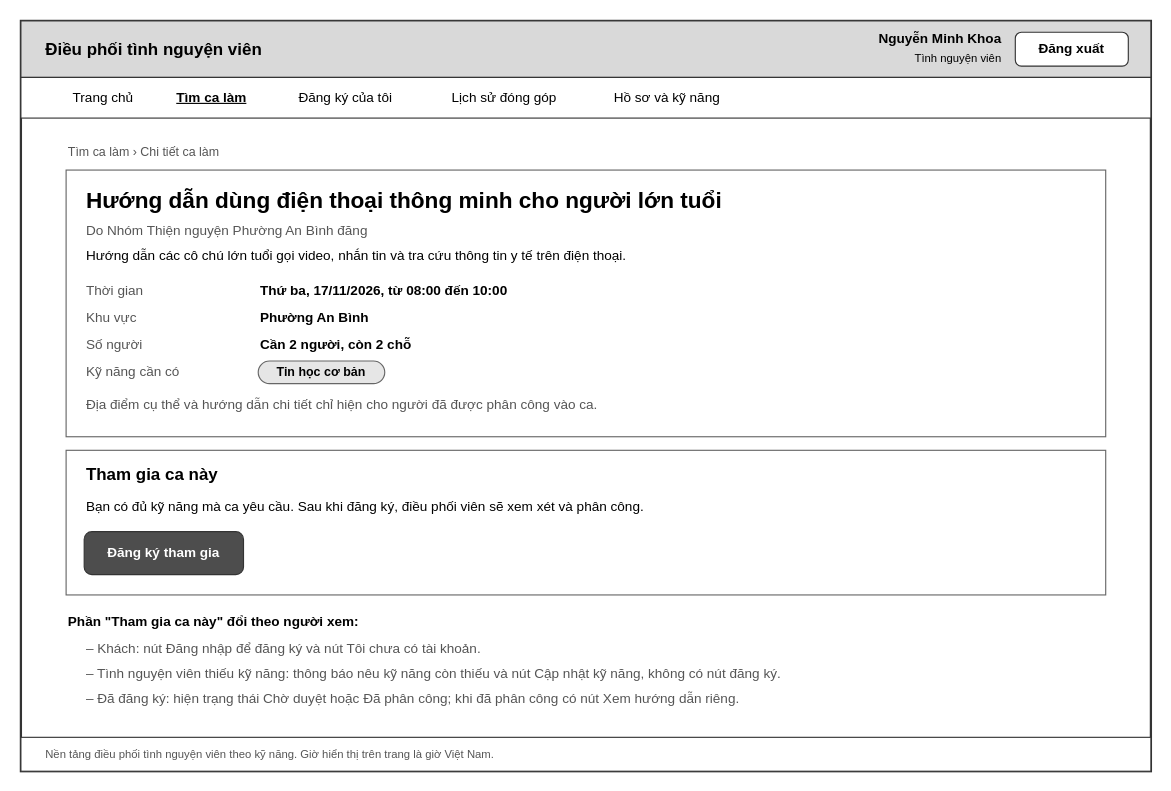
This is docs/giao_dien/drawio/M03_Chi_tiet_ca_lam.drawio from kanishere55/OOSD_NenTangDieuPhoi_TNV, a draw.io file, before an edit. Source tidied: cells renumbered, new cells numbered last; positions are measured from the earlier drawing's top-left corner, leaving out a move shared by most shapes. Both pictures are drawn from the tidied source at 113%, with x=0, y=0 at pixel (20, 20).
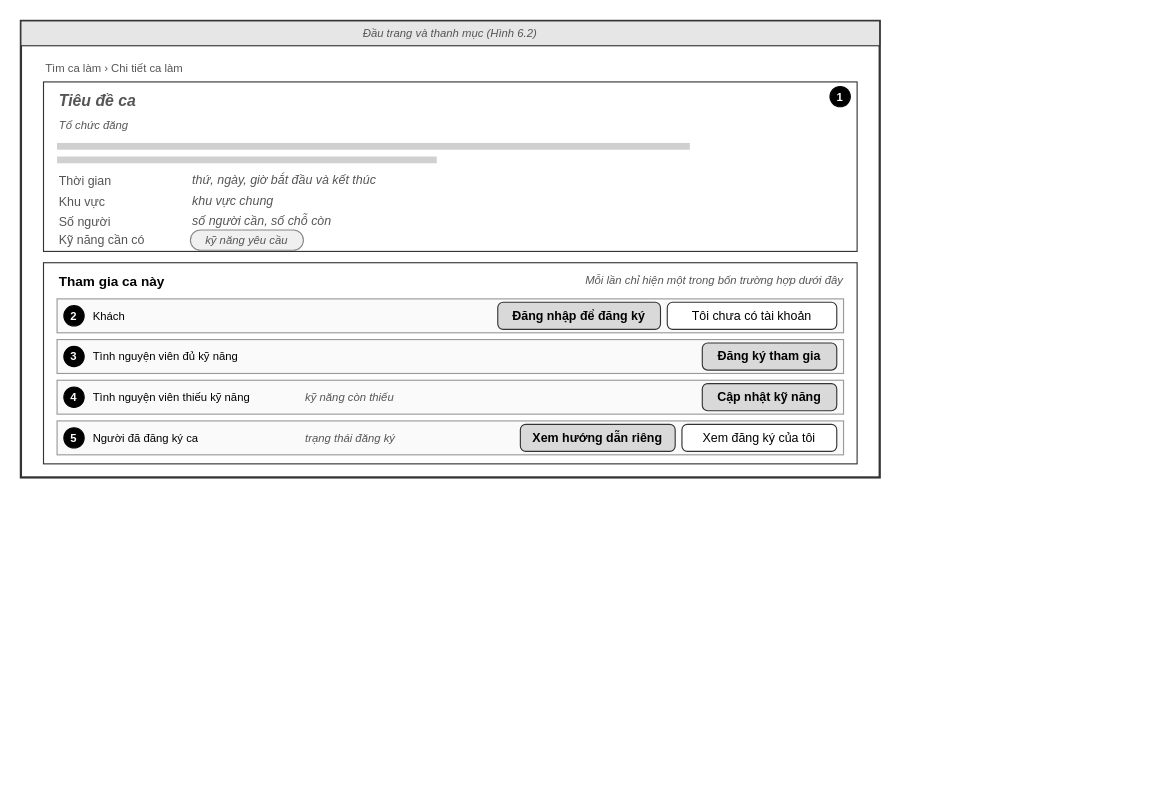
The same diagram, later.

Change to the diagram source:
```diff
@@
     <mxCell id="2" style="rounded=0;whiteSpace=wrap;html=1;fillColor=#ffffff;strokeColor=#333333;strokeWidth=2;" parent="1" vertex="1">
-      <mxGeometry width="1000" height="664" as="geometry" />
+      <mxGeometry width="760" height="404" as="geometry" />
     </mxCell>
-    <mxCell id="3" style="rounded=0;whiteSpace=wrap;html=1;fillColor=#d9d9d9;strokeColor=#333333;" parent="1" vertex="1">
-      <mxGeometry width="1000" height="50" as="geometry" />
+    <mxCell id="3" value="Đầu trang và thanh mục (Hình 6.2)" style="rounded=0;whiteSpace=wrap;html=1;fillColor=#e6e6e6;strokeColor=#333333;fontSize=10;fontStyle=2;fontColor=#555555;" parent="1" vertex="1">
+      <mxGeometry width="760" height="22" as="geometry" />
     </mxCell>
-    <mxCell id="4" value="Điều phối tình nguyện viên" style="text;html=1;strokeColor=none;fillColor=none;align=left;verticalAlign=middle;whiteSpace=wrap;rounded=0;fontSize=15;fontStyle=1;fontColor=#000000;" parent="1" vertex="1">
-      <mxGeometry x="20" y="10" width="320" height="30" as="geometry" />
+    <mxCell id="4" value="Tìm ca làm  ›  Chi tiết ca làm" style="text;html=1;strokeColor=none;fillColor=none;align=left;verticalAlign=middle;whiteSpace=wrap;rounded=0;fontSize=10;fontStyle=0;fontColor=#555555;" parent="1" vertex="1">
+      <mxGeometry x="20" y="34" width="500" height="16" as="geometry" />
     </mxCell>
-    <mxCell id="5" value="Nguyễn Minh Khoa" style="text;html=1;strokeColor=none;fillColor=none;align=right;verticalAlign=middle;whiteSpace=wrap;rounded=0;fontSize=12;fontStyle=1;fontColor=#000000;" parent="1" vertex="1">
-      <mxGeometry x="670" y="6" width="200" height="20" as="geometry" />
+    <mxCell id="5" style="rounded=0;arcSize=8;whiteSpace=wrap;html=1;fillColor=#ffffff;strokeColor=#333333;" parent="1" vertex="1">
+      <mxGeometry x="20" y="54" width="720" height="150" as="geometry" />
     </mxCell>
-    <mxCell id="6" value="Tình nguyện viên" style="text;html=1;strokeColor=none;fillColor=none;align=right;verticalAlign=middle;whiteSpace=wrap;rounded=0;fontSize=10;fontStyle=0;fontColor=#000000;" parent="1" vertex="1">
-      <mxGeometry x="670" y="24" width="200" height="18" as="geometry" />
+    <mxCell id="6" value="1" style="ellipse;whiteSpace=wrap;html=1;fillColor=#000000;strokeColor=#000000;fontColor=#ffffff;fontSize=10;fontStyle=1;" parent="1" vertex="1">
+      <mxGeometry x="716" y="58" width="18" height="18" as="geometry" />
     </mxCell>
-    <mxCell id="7" value="Đăng xuất" style="rounded=1;whiteSpace=wrap;html=1;arcSize=18;fontSize=12;fillColor=#ffffff;strokeColor=#333333;fontColor=#000000;fontStyle=1;" parent="1" vertex="1">
-      <mxGeometry x="880" y="10" width="100" height="30" as="geometry" />
+    <mxCell id="7" value="Tiêu đề ca" style="text;html=1;strokeColor=none;fillColor=none;align=left;verticalAlign=middle;whiteSpace=wrap;rounded=0;fontSize=14;fontStyle=3;fontColor=#555555;" parent="1" vertex="1">
+      <mxGeometry x="32" y="60" width="400" height="22" as="geometry" />
     </mxCell>
-    <mxCell id="8" style="rounded=0;whiteSpace=wrap;html=1;fillColor=#ffffff;strokeColor=#333333;" parent="1" vertex="1">
-      <mxGeometry y="50" width="1000" height="36" as="geometry" />
+    <mxCell id="8" value="Tổ chức đăng" style="text;html=1;strokeColor=none;fillColor=none;align=left;verticalAlign=middle;whiteSpace=wrap;rounded=0;fontSize=10;fontStyle=2;fontColor=#555555;" parent="1" vertex="1">
+      <mxGeometry x="32" y="84" width="300" height="16" as="geometry" />
     </mxCell>
-    <mxCell id="9" value="Trang chủ" style="text;html=1;strokeColor=none;fillColor=none;align=center;verticalAlign=middle;whiteSpace=wrap;rounded=0;fontSize=12;fontStyle=0;fontColor=#000000;" parent="1" vertex="1">
-      <mxGeometry x="30" y="56" width="86" height="24" as="geometry" />
+    <mxCell id="9" style="rounded=0;whiteSpace=wrap;html=1;fillColor=#d0d0d0;strokeColor=none;" parent="1" vertex="1">
+      <mxGeometry x="32" y="108" width="560" height="6" as="geometry" />
     </mxCell>
-    <mxCell id="10" value="Tìm ca làm" style="text;html=1;strokeColor=none;fillColor=none;align=center;verticalAlign=middle;whiteSpace=wrap;rounded=0;fontSize=12;fontStyle=5;fontColor=#000000;" parent="1" vertex="1">
-      <mxGeometry x="122" y="56" width="94" height="24" as="geometry" />
+    <mxCell id="10" style="rounded=0;whiteSpace=wrap;html=1;fillColor=#d0d0d0;strokeColor=none;" parent="1" vertex="1">
+      <mxGeometry x="32" y="120" width="336" height="6" as="geometry" />
     </mxCell>
-    <mxCell id="11" value="Đăng ký của tôi" style="text;html=1;strokeColor=none;fillColor=none;align=center;verticalAlign=middle;whiteSpace=wrap;rounded=0;fontSize=12;fontStyle=0;fontColor=#000000;" parent="1" vertex="1">
-      <mxGeometry x="222" y="56" width="131" height="24" as="geometry" />
+    <mxCell id="11" value="Thời gian" style="text;html=1;strokeColor=none;fillColor=none;align=left;verticalAlign=middle;whiteSpace=wrap;rounded=0;fontSize=11;fontStyle=0;fontColor=#555555;" parent="1" vertex="1">
+      <mxGeometry x="32" y="132" width="110" height="19" as="geometry" />
     </mxCell>
-    <mxCell id="12" value="Lịch sử đóng góp" style="text;html=1;strokeColor=none;fillColor=none;align=center;verticalAlign=middle;whiteSpace=wrap;rounded=0;fontSize=12;fontStyle=0;fontColor=#000000;" parent="1" vertex="1">
-      <mxGeometry x="359" y="56" width="138" height="24" as="geometry" />
+    <mxCell id="12" value="thứ, ngày, giờ bắt đầu và kết thúc" style="text;html=1;strokeColor=none;fillColor=none;align=left;verticalAlign=middle;whiteSpace=wrap;rounded=0;fontSize=11;fontStyle=2;fontColor=#555555;" parent="1" vertex="1">
+      <mxGeometry x="150" y="132" width="300" height="18" as="geometry" />
     </mxCell>
-    <mxCell id="13" value="Hồ sơ và kỹ năng" style="text;html=1;strokeColor=none;fillColor=none;align=center;verticalAlign=middle;whiteSpace=wrap;rounded=0;fontSize=12;fontStyle=0;fontColor=#000000;" parent="1" vertex="1">
-      <mxGeometry x="503" y="56" width="138" height="24" as="geometry" />
+    <mxCell id="13" value="Khu vực" style="text;html=1;strokeColor=none;fillColor=none;align=left;verticalAlign=middle;whiteSpace=wrap;rounded=0;fontSize=11;fontStyle=0;fontColor=#555555;" parent="1" vertex="1">
+      <mxGeometry x="32" y="150" width="110" height="19" as="geometry" />
     </mxCell>
-    <mxCell id="14" value="Tìm ca làm  ›  Chi tiết ca làm" style="text;html=1;strokeColor=none;fillColor=none;align=left;verticalAlign=middle;whiteSpace=wrap;rounded=0;fontSize=11;fontStyle=0;fontColor=#555555;" parent="1" vertex="1">
-      <mxGeometry x="40" y="106" width="900" height="20" as="geometry" />
+    <mxCell id="14" value="khu vực chung" style="text;html=1;strokeColor=none;fillColor=none;align=left;verticalAlign=middle;whiteSpace=wrap;rounded=0;fontSize=11;fontStyle=2;fontColor=#555555;" parent="1" vertex="1">
+      <mxGeometry x="150" y="150" width="300" height="18" as="geometry" />
     </mxCell>
-    <mxCell id="15" style="rounded=0;whiteSpace=wrap;html=1;fillColor=#ffffff;strokeColor=#666666;" parent="1" vertex="1">
-      <mxGeometry x="40" y="132" width="920" height="236" as="geometry" />
+    <mxCell id="15" value="Số người" style="text;html=1;strokeColor=none;fillColor=none;align=left;verticalAlign=middle;whiteSpace=wrap;rounded=0;fontSize=11;fontStyle=0;fontColor=#555555;" parent="1" vertex="1">
+      <mxGeometry x="32" y="168" width="110" height="19" as="geometry" />
     </mxCell>
-    <mxCell id="16" value="Hướng dẫn dùng điện thoại thông minh cho người lớn tuổi" style="text;html=1;strokeColor=none;fillColor=none;align=left;verticalAlign=middle;whiteSpace=wrap;rounded=0;fontSize=20;fontStyle=1;fontColor=#000000;" parent="1" vertex="1">
-      <mxGeometry x="56" y="142" width="880" height="32" as="geometry" />
+    <mxCell id="16" value="số người cần, số chỗ còn" style="text;html=1;strokeColor=none;fillColor=none;align=left;verticalAlign=middle;whiteSpace=wrap;rounded=0;fontSize=11;fontStyle=2;fontColor=#555555;" parent="1" vertex="1">
+      <mxGeometry x="150" y="168" width="300" height="18" as="geometry" />
     </mxCell>
-    <mxCell id="17" value="Do Nhóm Thiện nguyện Phường An Bình đăng" style="text;html=1;strokeColor=none;fillColor=none;align=left;verticalAlign=middle;whiteSpace=wrap;rounded=0;fontSize=12;fontStyle=0;fontColor=#555555;" parent="1" vertex="1">
-      <mxGeometry x="56" y="176" width="880" height="20" as="geometry" />
+    <mxCell id="17" value="Kỹ năng cần có" style="text;html=1;strokeColor=none;fillColor=none;align=left;verticalAlign=middle;whiteSpace=wrap;rounded=0;fontSize=11;fontStyle=0;fontColor=#555555;" parent="1" vertex="1">
+      <mxGeometry x="32" y="186" width="110" height="16" as="geometry" />
     </mxCell>
-    <mxCell id="18" value="Hướng dẫn các cô chú lớn tuổi gọi video, nhắn tin và tra cứu thông tin y tế trên điện thoại." style="text;html=1;strokeColor=none;fillColor=none;align=left;verticalAlign=middle;whiteSpace=wrap;rounded=0;fontSize=12;fontStyle=0;fontColor=#000000;" parent="1" vertex="1">
-      <mxGeometry x="56" y="198" width="880" height="20" as="geometry" />
+    <mxCell id="18" value="kỹ năng yêu cầu" style="rounded=1;arcSize=50;whiteSpace=wrap;html=1;fontSize=10;fontStyle=2;fontColor=#555555;fillColor=#f0f0f0;strokeColor=#888888;" parent="1" vertex="1">
+      <mxGeometry x="150" y="185" width="100" height="18" as="geometry" />
     </mxCell>
-    <mxCell id="19" value="Thời gian" style="text;html=1;strokeColor=none;fillColor=none;align=left;verticalAlign=middle;whiteSpace=wrap;rounded=0;fontSize=12;fontStyle=0;fontColor=#555555;" parent="1" vertex="1">
-      <mxGeometry x="56" y="228" width="150" height="22" as="geometry" />
+    <mxCell id="19" style="rounded=0;arcSize=8;whiteSpace=wrap;html=1;fillColor=#ffffff;strokeColor=#333333;" parent="1" vertex="1">
+      <mxGeometry x="20" y="214" width="720" height="178" as="geometry" />
     </mxCell>
-    <mxCell id="20" value="Thứ ba, 17/11/2026, từ 08:00 đến 10:00" style="text;html=1;strokeColor=none;fillColor=none;align=left;verticalAlign=middle;whiteSpace=wrap;rounded=0;fontSize=12;fontStyle=1;fontColor=#000000;" parent="1" vertex="1">
-      <mxGeometry x="210" y="228" width="600" height="22" as="geometry" />
+    <mxCell id="20" value="Tham gia ca này" style="text;html=1;strokeColor=none;fillColor=none;align=left;verticalAlign=middle;whiteSpace=wrap;rounded=0;fontSize=12;fontStyle=1;fontColor=#000000;" parent="1" vertex="1">
+      <mxGeometry x="32" y="220" width="300" height="21" as="geometry" />
     </mxCell>
-    <mxCell id="21" value="Khu vực" style="text;html=1;strokeColor=none;fillColor=none;align=left;verticalAlign=middle;whiteSpace=wrap;rounded=0;fontSize=12;fontStyle=0;fontColor=#555555;" parent="1" vertex="1">
-      <mxGeometry x="56" y="252" width="150" height="22" as="geometry" />
+    <mxCell id="21" value="Mỗi lần chỉ hiện một trong bốn trường hợp dưới đây" style="text;html=1;strokeColor=none;fillColor=none;align=right;verticalAlign=middle;whiteSpace=wrap;rounded=0;fontSize=10;fontStyle=2;fontColor=#555555;" parent="1" vertex="1">
+      <mxGeometry x="340" y="220" width="390" height="18" as="geometry" />
     </mxCell>
-    <mxCell id="22" value="Phường An Bình" style="text;html=1;strokeColor=none;fillColor=none;align=left;verticalAlign=middle;whiteSpace=wrap;rounded=0;fontSize=12;fontStyle=1;fontColor=#000000;" parent="1" vertex="1">
-      <mxGeometry x="210" y="252" width="600" height="22" as="geometry" />
+    <mxCell id="22" style="rounded=0;arcSize=8;whiteSpace=wrap;html=1;fillColor=#fafafa;strokeColor=#999999;" parent="1" vertex="1">
+      <mxGeometry x="32" y="246" width="696" height="30" as="geometry" />
     </mxCell>
-    <mxCell id="23" value="Số người" style="text;html=1;strokeColor=none;fillColor=none;align=left;verticalAlign=middle;whiteSpace=wrap;rounded=0;fontSize=12;fontStyle=0;fontColor=#555555;" parent="1" vertex="1">
-      <mxGeometry x="56" y="276" width="150" height="22" as="geometry" />
+    <mxCell id="23" value="2" style="ellipse;whiteSpace=wrap;html=1;fillColor=#000000;strokeColor=#000000;fontColor=#ffffff;fontSize=10;fontStyle=1;" parent="1" vertex="1">
+      <mxGeometry x="38" y="252" width="18" height="18" as="geometry" />
     </mxCell>
-    <mxCell id="24" value="Cần 2 người, còn 2 chỗ" style="text;html=1;strokeColor=none;fillColor=none;align=left;verticalAlign=middle;whiteSpace=wrap;rounded=0;fontSize=12;fontStyle=1;fontColor=#000000;" parent="1" vertex="1">
-      <mxGeometry x="210" y="276" width="600" height="22" as="geometry" />
+    <mxCell id="24" value="Khách" style="text;html=1;strokeColor=none;fillColor=none;align=left;verticalAlign=middle;whiteSpace=wrap;rounded=0;fontSize=10;fontStyle=0;fontColor=#000000;" parent="1" vertex="1">
+      <mxGeometry x="62" y="252" width="190" height="18" as="geometry" />
     </mxCell>
-    <mxCell id="25" value="Kỹ năng cần có" style="text;html=1;strokeColor=none;fillColor=none;align=left;verticalAlign=middle;whiteSpace=wrap;rounded=0;fontSize=12;fontStyle=0;fontColor=#555555;" parent="1" vertex="1">
-      <mxGeometry x="56" y="300" width="150" height="22" as="geometry" />
+    <mxCell id="25" value="Tôi chưa có tài khoản" style="rounded=1;arcSize=20;whiteSpace=wrap;html=1;fontSize=11;strokeColor=#333333;fillColor=#ffffff;" parent="1" vertex="1">
+      <mxGeometry x="572" y="249" width="150" height="24" as="geometry" />
     </mxCell>
-    <mxCell id="26" value="Tin học cơ bản" style="rounded=1;whiteSpace=wrap;html=1;arcSize=50;fontSize=11;fontStyle=1;fillColor=#e6e6e6;strokeColor=#666666;" parent="1" vertex="1">
-      <mxGeometry x="210" y="301" width="112" height="20" as="geometry" />
+    <mxCell id="26" value="Đăng nhập để đăng ký" style="rounded=1;arcSize=20;whiteSpace=wrap;html=1;fontSize=11;strokeColor=#333333;fillColor=#d9d9d9;fontStyle=1;" parent="1" vertex="1">
+      <mxGeometry x="422" y="249" width="144" height="24" as="geometry" />
     </mxCell>
-    <mxCell id="27" value="Địa điểm cụ thể và hướng dẫn chi tiết chỉ hiện cho người đã được phân công vào ca." style="text;html=1;strokeColor=none;fillColor=none;align=left;verticalAlign=middle;whiteSpace=wrap;rounded=0;fontSize=12;fontStyle=0;fontColor=#555555;" parent="1" vertex="1">
-      <mxGeometry x="56" y="330" width="880" height="20" as="geometry" />
+    <mxCell id="27" style="rounded=0;arcSize=8;whiteSpace=wrap;html=1;fillColor=#fafafa;strokeColor=#999999;" parent="1" vertex="1">
+      <mxGeometry x="32" y="282" width="696" height="30" as="geometry" />
     </mxCell>
-    <mxCell id="28" style="rounded=0;whiteSpace=wrap;html=1;fillColor=#ffffff;strokeColor=#666666;" parent="1" vertex="1">
-      <mxGeometry x="40" y="380" width="920" height="128" as="geometry" />
+    <mxCell id="28" value="3" style="ellipse;whiteSpace=wrap;html=1;fillColor=#000000;strokeColor=#000000;fontColor=#ffffff;fontSize=10;fontStyle=1;" parent="1" vertex="1">
+      <mxGeometry x="38" y="288" width="18" height="18" as="geometry" />
     </mxCell>
-    <mxCell id="29" value="Tham gia ca này" style="text;html=1;strokeColor=none;fillColor=none;align=left;verticalAlign=middle;whiteSpace=wrap;rounded=0;fontSize=15;fontStyle=1;fontColor=#000000;" parent="1" vertex="1">
-      <mxGeometry x="56" y="388" width="600" height="26" as="geometry" />
+    <mxCell id="29" value="Tình nguyện viên đủ kỹ năng" style="text;html=1;strokeColor=none;fillColor=none;align=left;verticalAlign=middle;whiteSpace=wrap;rounded=0;fontSize=10;fontStyle=0;fontColor=#000000;" parent="1" vertex="1">
+      <mxGeometry x="62" y="288" width="190" height="18" as="geometry" />
     </mxCell>
-    <mxCell id="30" value="Bạn có đủ kỹ năng mà ca yêu cầu. Sau khi đăng ký, điều phối viên sẽ xem xét và phân công." style="text;html=1;strokeColor=none;fillColor=none;align=left;verticalAlign=middle;whiteSpace=wrap;rounded=0;fontSize=12;fontStyle=0;fontColor=#000000;" parent="1" vertex="1">
-      <mxGeometry x="56" y="420" width="860" height="20" as="geometry" />
+    <mxCell id="30" value="Đăng ký tham gia" style="rounded=1;arcSize=20;whiteSpace=wrap;html=1;fontSize=11;strokeColor=#333333;fillColor=#d9d9d9;fontStyle=1;" parent="1" vertex="1">
+      <mxGeometry x="603" y="285" width="119" height="24" as="geometry" />
     </mxCell>
-    <mxCell id="31" value="Đăng ký tham gia" style="rounded=1;whiteSpace=wrap;html=1;arcSize=18;fontSize=12;fillColor=#4d4d4d;strokeColor=#333333;fontColor=#ffffff;fontStyle=1;" parent="1" vertex="1">
-      <mxGeometry x="56" y="452" width="141" height="38" as="geometry" />
+    <mxCell id="31" style="rounded=0;arcSize=8;whiteSpace=wrap;html=1;fillColor=#fafafa;strokeColor=#999999;" parent="1" vertex="1">
+      <mxGeometry x="32" y="318" width="696" height="30" as="geometry" />
     </mxCell>
-    <mxCell id="32" value="Phần &quot;Tham gia ca này&quot; đổi theo người xem:" style="text;html=1;strokeColor=none;fillColor=none;align=left;verticalAlign=middle;whiteSpace=wrap;rounded=0;fontSize=12;fontStyle=1;fontColor=#000000;" parent="1" vertex="1">
-      <mxGeometry x="40" y="522" width="920" height="20" as="geometry" />
+    <mxCell id="32" value="4" style="ellipse;whiteSpace=wrap;html=1;fillColor=#000000;strokeColor=#000000;fontColor=#ffffff;fontSize=10;fontStyle=1;" parent="1" vertex="1">
+      <mxGeometry x="38" y="324" width="18" height="18" as="geometry" />
     </mxCell>
-    <mxCell id="33" value="–  Khách: nút Đăng nhập để đăng ký và nút Tôi chưa có tài khoản." style="text;html=1;strokeColor=none;fillColor=none;align=left;verticalAlign=middle;whiteSpace=wrap;rounded=0;fontSize=12;fontStyle=0;fontColor=#555555;" parent="1" vertex="1">
-      <mxGeometry x="56" y="546" width="900" height="20" as="geometry" />
+    <mxCell id="33" value="Tình nguyện viên thiếu kỹ năng" style="text;html=1;strokeColor=none;fillColor=none;align=left;verticalAlign=middle;whiteSpace=wrap;rounded=0;fontSize=10;fontStyle=0;fontColor=#000000;" parent="1" vertex="1">
+      <mxGeometry x="62" y="324" width="190" height="18" as="geometry" />
     </mxCell>
-    <mxCell id="34" value="–  Tình nguyện viên thiếu kỹ năng: thông báo nêu kỹ năng còn thiếu và nút Cập nhật kỹ năng, không có nút đăng ký." style="text;html=1;strokeColor=none;fillColor=none;align=left;verticalAlign=middle;whiteSpace=wrap;rounded=0;fontSize=12;fontStyle=0;fontColor=#555555;" parent="1" vertex="1">
-      <mxGeometry x="56" y="568" width="900" height="20" as="geometry" />
+    <mxCell id="34" value="kỹ năng còn thiếu" style="text;html=1;strokeColor=none;fillColor=none;align=left;verticalAlign=middle;whiteSpace=wrap;rounded=0;fontSize=10;fontStyle=2;fontColor=#555555;" parent="1" vertex="1">
+      <mxGeometry x="250" y="324" width="140" height="18" as="geometry" />
     </mxCell>
-    <mxCell id="35" value="–  Đã đăng ký: hiện trạng thái Chờ duyệt hoặc Đã phân công; khi đã phân công có nút Xem hướng dẫn riêng." style="text;html=1;strokeColor=none;fillColor=none;align=left;verticalAlign=middle;whiteSpace=wrap;rounded=0;fontSize=12;fontStyle=0;fontColor=#555555;" parent="1" vertex="1">
-      <mxGeometry x="56" y="590" width="900" height="20" as="geometry" />
+    <mxCell id="35" value="Cập nhật kỹ năng" style="rounded=1;arcSize=20;whiteSpace=wrap;html=1;fontSize=11;strokeColor=#333333;fillColor=#d9d9d9;fontStyle=1;" parent="1" vertex="1">
+      <mxGeometry x="603" y="321" width="119" height="24" as="geometry" />
     </mxCell>
-    <mxCell id="36" style="rounded=0;whiteSpace=wrap;html=1;fillColor=#ffffff;strokeColor=#333333;" parent="1" vertex="1">
-      <mxGeometry y="634" width="1000" height="30" as="geometry" />
+    <mxCell id="36" style="rounded=0;arcSize=8;whiteSpace=wrap;html=1;fillColor=#fafafa;strokeColor=#999999;" parent="1" vertex="1">
+      <mxGeometry x="32" y="354" width="696" height="30" as="geometry" />
     </mxCell>
-    <mxCell id="37" value="Nền tảng điều phối tình nguyện viên theo kỹ năng. Giờ hiển thị trên trang là giờ Việt Nam." style="text;html=1;strokeColor=none;fillColor=none;align=left;verticalAlign=middle;whiteSpace=wrap;rounded=0;fontSize=10;fontStyle=0;fontColor=#555555;" parent="1" vertex="1">
-      <mxGeometry x="20" y="638" width="700" height="22" as="geometry" />
+    <mxCell id="37" value="5" style="ellipse;whiteSpace=wrap;html=1;fillColor=#000000;strokeColor=#000000;fontColor=#ffffff;fontSize=10;fontStyle=1;" parent="1" vertex="1">
+      <mxGeometry x="38" y="360" width="18" height="18" as="geometry" />
     </mxCell>
+    <mxCell id="38" value="Người đã đăng ký ca" style="text;html=1;strokeColor=none;fillColor=none;align=left;verticalAlign=middle;whiteSpace=wrap;rounded=0;fontSize=10;fontStyle=0;fontColor=#000000;" parent="1" vertex="1">
+      <mxGeometry x="62" y="360" width="190" height="18" as="geometry" />
+    </mxCell>
+    <mxCell id="39" value="trạng thái đăng ký" style="text;html=1;strokeColor=none;fillColor=none;align=left;verticalAlign=middle;whiteSpace=wrap;rounded=0;fontSize=10;fontStyle=2;fontColor=#555555;" parent="1" vertex="1">
+      <mxGeometry x="250" y="360" width="140" height="18" as="geometry" />
+    </mxCell>
+    <mxCell id="40" value="Xem đăng ký của tôi" style="rounded=1;arcSize=20;whiteSpace=wrap;html=1;fontSize=11;strokeColor=#333333;fillColor=#ffffff;" parent="1" vertex="1">
+      <mxGeometry x="585" y="357" width="137" height="24" as="geometry" />
+    </mxCell>
+    <mxCell id="41" value="Xem hướng dẫn riêng" style="rounded=1;arcSize=20;whiteSpace=wrap;html=1;fontSize=11;strokeColor=#333333;fillColor=#d9d9d9;fontStyle=1;" parent="1" vertex="1">
+      <mxGeometry x="442" y="357" width="137" height="24" as="geometry" />
+    </mxCell>
```
